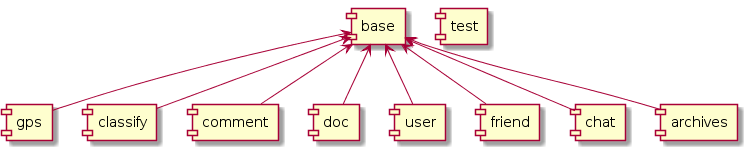
wangscript007/ranch keeps this PlantUML diagram as doc/module.png. Above is the earlier version.
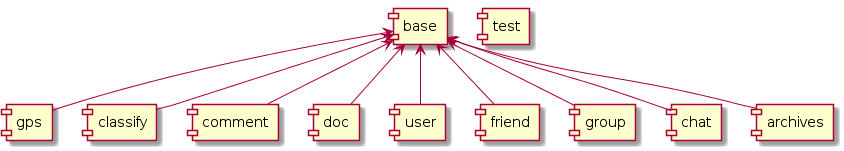
Later version of the same file.

Change to the diagram source:
```diff
@@ -6,6 +6,7 @@
 [base] <-- [doc]
 [base] <-- [user]
 [base] <-- [friend]
+[base] <-- [group]
 [base] <-- [chat]
 [base] <-- [archives]
 [test]
```
